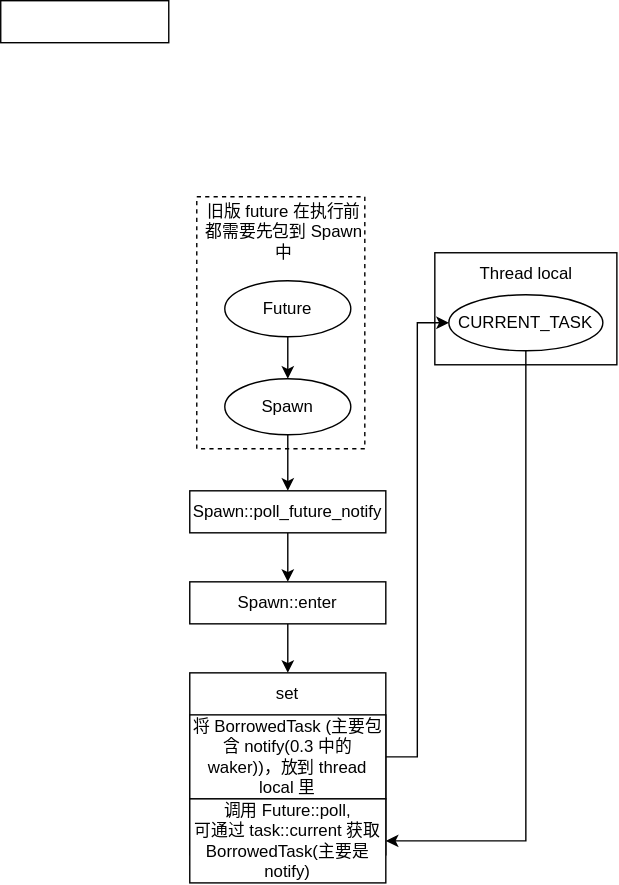
Before: dang.drawio.svg, a diagram exported from draw.io (Rachelint/drawio-store). Source tidied: cells renumbered, new cells last; positions are measured from the earlier drawing's top-left corner, leaving out a move shared by most shapes. Source of this version:
```xml
<mxGraphModel>
  <root>
    <mxCell id="0" />
    <mxCell id="1" parent="0" />
    <mxCell id="2" style="rounded=0;whiteSpace=wrap;html=1;dashed=1;" parent="1" vertex="1">
      <mxGeometry x="140" y="140" width="120" height="180" as="geometry" />
    </mxCell>
    <mxCell id="3" style="rounded=0;whiteSpace=wrap;html=1;" parent="1" vertex="1">
      <mxGeometry x="310" y="180" width="130" height="80" as="geometry" />
    </mxCell>
    <mxCell id="4" style="rounded=0;whiteSpace=wrap;html=1;" parent="1" vertex="1">
      <mxGeometry width="120" height="30" as="geometry" />
    </mxCell>
    <mxCell id="5" style="edgeStyle=orthogonalEdgeStyle;rounded=0;jettySize=auto;html=1;exitX=0.5;exitY=1;exitDx=0;exitDy=0;entryX=1;entryY=0.5;entryDx=0;entryDy=0;" parent="1" edge="1" source="6" target="20">
      <mxGeometry relative="1" as="geometry" />
    </mxCell>
    <mxCell id="6" value="CURRENT_TASK" style="ellipse;whiteSpace=wrap;html=1;" parent="1" vertex="1">
      <mxGeometry x="320" y="210" width="110" height="40" as="geometry" />
    </mxCell>
    <mxCell id="7" value="Thread local" style="text;html=1;strokeColor=none;fillColor=none;align=center;verticalAlign=middle;whiteSpace=wrap;rounded=0;" parent="1" vertex="1">
      <mxGeometry x="337.5" y="180" width="75" height="30" as="geometry" />
    </mxCell>
    <mxCell id="8" style="edgeStyle=orthogonalEdgeStyle;rounded=0;jettySize=auto;html=1;exitX=0.5;exitY=1;exitDx=0;exitDy=0;" parent="1" edge="1" source="9" target="11">
      <mxGeometry relative="1" as="geometry" />
    </mxCell>
    <mxCell id="9" value="Future" style="ellipse;whiteSpace=wrap;html=1;" parent="1" vertex="1">
      <mxGeometry x="160" y="200" width="90" height="40" as="geometry" />
    </mxCell>
    <mxCell id="10" style="edgeStyle=orthogonalEdgeStyle;rounded=0;jettySize=auto;html=1;exitX=0.5;exitY=1;exitDx=0;exitDy=0;entryX=0.5;entryY=0;entryDx=0;entryDy=0;" parent="1" edge="1" source="11" target="13">
      <mxGeometry relative="1" as="geometry" />
    </mxCell>
    <mxCell id="11" value="Spawn" style="ellipse;whiteSpace=wrap;html=1;" parent="1" vertex="1">
      <mxGeometry x="160" y="270" width="90" height="40" as="geometry" />
    </mxCell>
    <mxCell id="12" style="edgeStyle=orthogonalEdgeStyle;rounded=0;jettySize=auto;html=1;exitX=0.5;exitY=1;exitDx=0;exitDy=0;entryX=0.5;entryY=0;entryDx=0;entryDy=0;" parent="1" edge="1" source="13" target="15">
      <mxGeometry relative="1" as="geometry" />
    </mxCell>
    <mxCell id="13" value="Spawn::poll_future_notify" style="rounded=0;whiteSpace=wrap;html=1;" parent="1" vertex="1">
      <mxGeometry x="135" y="350" width="140" height="30" as="geometry" />
    </mxCell>
    <mxCell id="14" style="edgeStyle=orthogonalEdgeStyle;rounded=0;jettySize=auto;html=1;exitX=0.5;exitY=1;exitDx=0;exitDy=0;entryX=0.5;entryY=0;entryDx=0;entryDy=0;" parent="1" edge="1" source="15" target="16">
      <mxGeometry relative="1" as="geometry" />
    </mxCell>
    <mxCell id="15" value="Spawn::enter" style="rounded=0;whiteSpace=wrap;html=1;" parent="1" vertex="1">
      <mxGeometry x="135" y="415" width="140" height="30" as="geometry" />
    </mxCell>
    <mxCell id="16" style="rounded=0;whiteSpace=wrap;html=1;" parent="1" vertex="1">
      <mxGeometry x="135" y="480" width="140" height="130" as="geometry" />
    </mxCell>
    <mxCell id="17" value="set" style="text;html=1;strokeColor=none;fillColor=none;align=center;verticalAlign=middle;whiteSpace=wrap;rounded=0;" parent="1" vertex="1">
      <mxGeometry x="175" y="480" width="60" height="30" as="geometry" />
    </mxCell>
    <mxCell id="18" style="edgeStyle=orthogonalEdgeStyle;rounded=0;jettySize=auto;html=1;exitX=1;exitY=0.5;exitDx=0;exitDy=0;entryX=0;entryY=0.5;entryDx=0;entryDy=0;" parent="1" edge="1" source="19" target="6">
      <mxGeometry relative="1" as="geometry" />
    </mxCell>
    <mxCell id="19" value="将 BorrowedTask (主要包含 notify(0.3 中的waker))，放到 thread local 里" style="rounded=0;whiteSpace=wrap;html=1;" parent="1" vertex="1">
      <mxGeometry x="135" y="510" width="140" height="60" as="geometry" />
    </mxCell>
    <mxCell id="20" value="&lt;div&gt;调用 Future::poll,&lt;/div&gt;&lt;div&gt;可通过 task::current 获取&lt;/div&gt;&lt;div&gt;BorrowedTask(主要是 notify)&lt;/div&gt;" style="rounded=0;whiteSpace=wrap;html=1;" parent="1" vertex="1">
      <mxGeometry x="135" y="570" width="140" height="60" as="geometry" />
    </mxCell>
    <mxCell id="21" value="旧版 future 在执行前都需要先包到 Spawn 中" style="text;html=1;strokeColor=none;fillColor=none;align=center;verticalAlign=middle;whiteSpace=wrap;rounded=0;" parent="1" vertex="1">
      <mxGeometry x="145" y="150" width="115" height="30" as="geometry" />
    </mxCell>
  </root>
</mxGraphModel>
```
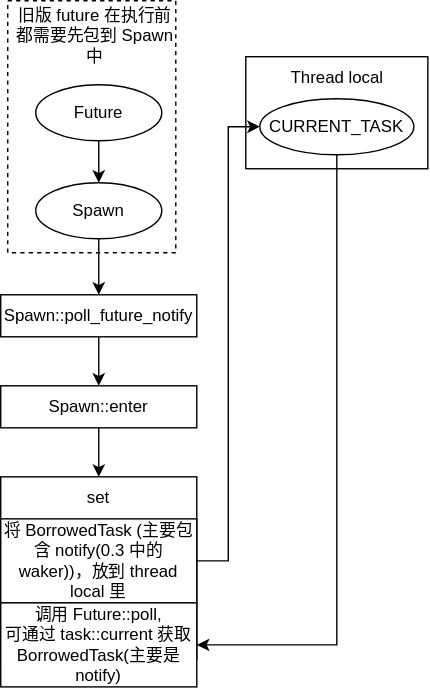
After the commit.

The edit, as a diff of the source:
```diff
@@ -8,9 +8,6 @@
     <mxCell id="3" style="rounded=0;whiteSpace=wrap;html=1;" parent="1" vertex="1">
       <mxGeometry x="310" y="180" width="130" height="80" as="geometry" />
     </mxCell>
-    <mxCell id="4" style="rounded=0;whiteSpace=wrap;html=1;" parent="1" vertex="1">
-      <mxGeometry width="120" height="30" as="geometry" />
-    </mxCell>
     <mxCell id="5" style="edgeStyle=orthogonalEdgeStyle;rounded=0;jettySize=auto;html=1;exitX=0.5;exitY=1;exitDx=0;exitDy=0;entryX=1;entryY=0.5;entryDx=0;entryDy=0;" parent="1" edge="1" source="6" target="20">
       <mxGeometry relative="1" as="geometry" />
     </mxCell>
```
